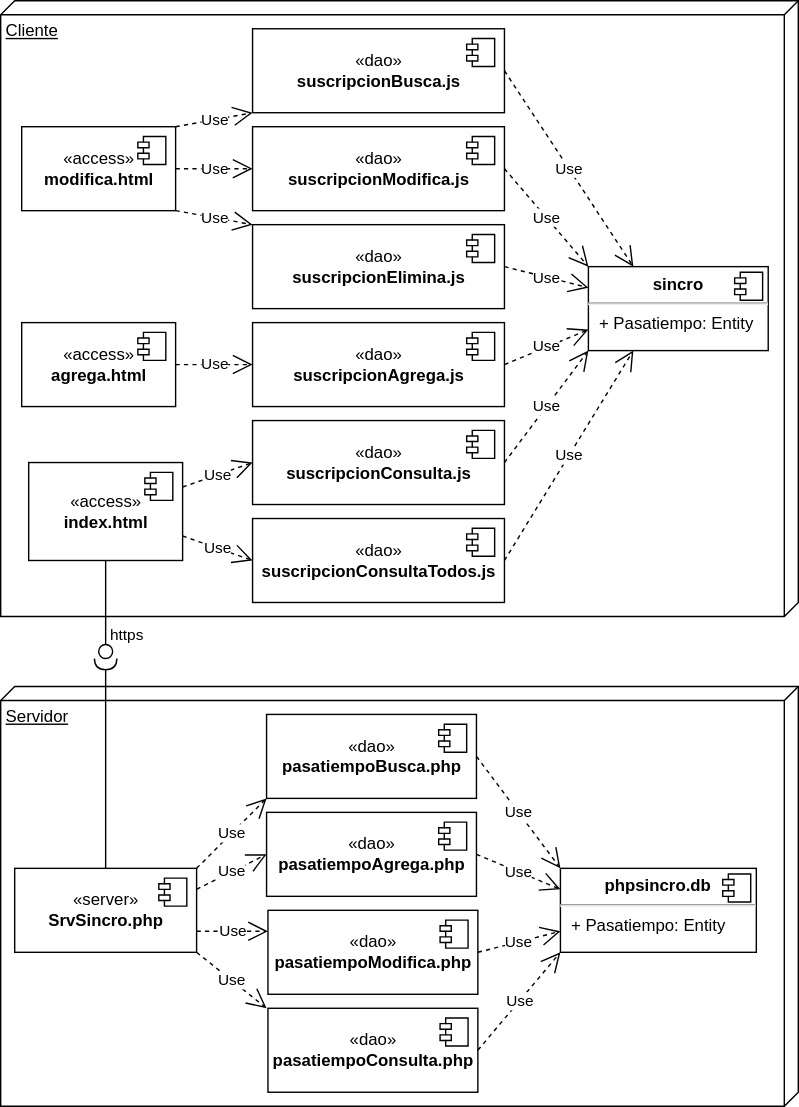
gilpgdm/gilpgdm.github.io keeps this draw.io diagram as img/m11sincro/sincrodistribucion.drawio.svg. Above is the earlier version. Source tidied: cells renumbered, new cells last; positions are measured from the earlier drawing's top-left corner, leaving out a move shared by most shapes.
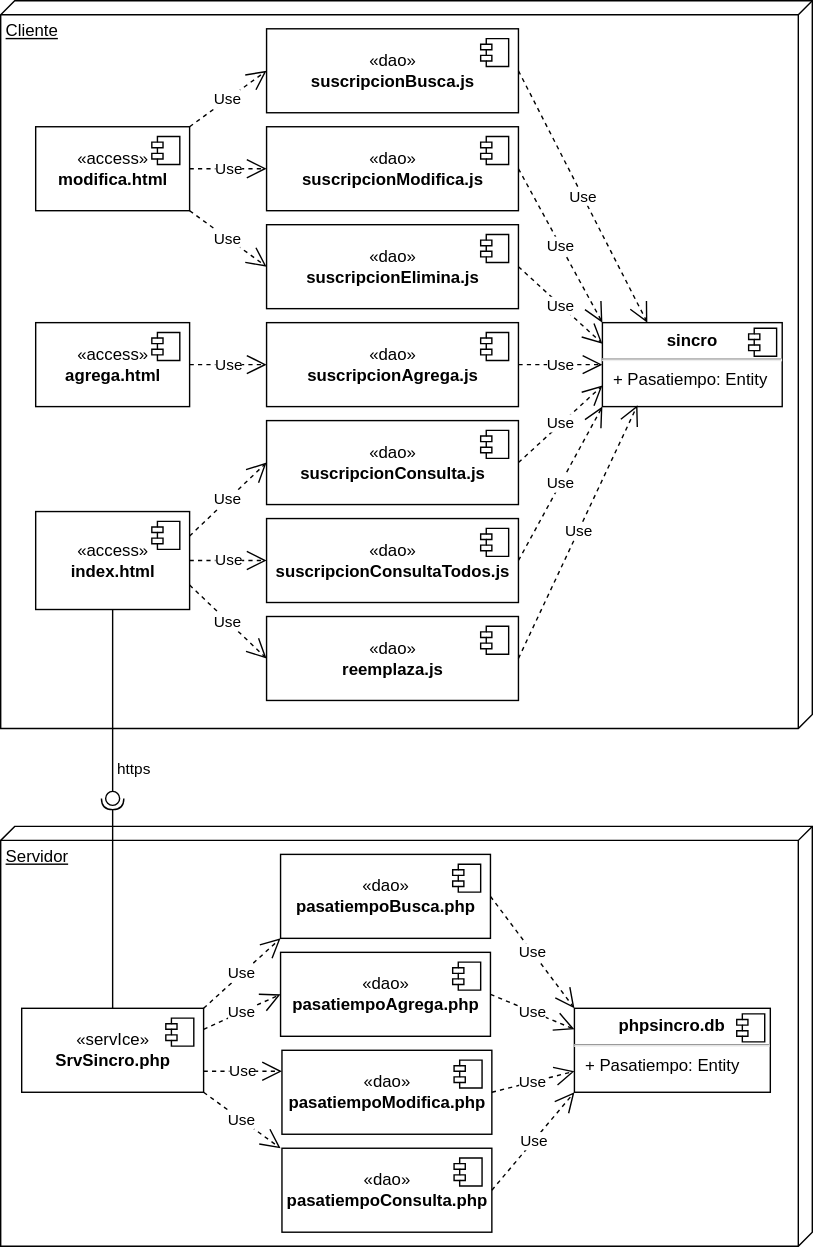
Later version of the same file.

Change to the diagram source:
```diff
@@ -3,10 +3,10 @@
     <mxCell id="0" />
     <mxCell id="1" parent="0" />
     <mxCell id="2" value="Cliente" style="verticalAlign=top;align=left;spacingTop=8;spacingLeft=2;spacingRight=12;shape=cube;size=10;direction=south;fontStyle=4;html=1;" parent="1" vertex="1">
-      <mxGeometry width="570" height="440" as="geometry" />
+      <mxGeometry x="-10" width="580" height="520" as="geometry" />
     </mxCell>
     <mxCell id="3" value="«access»&lt;br&gt;&lt;b&gt;index.html&lt;/b&gt;" style="html=1;" parent="1" vertex="1">
-      <mxGeometry x="20" y="330" width="110" height="70" as="geometry" />
+      <mxGeometry x="15" y="365" width="110" height="70" as="geometry" />
     </mxCell>
     <mxCell id="4" style="shape=module;jettyWidth=8;jettyHeight=4;" parent="3" vertex="1">
       <mxGeometry x="1" width="20" height="20" relative="1" as="geometry">
@@ -41,12 +41,12 @@
       <mxGeometry x="0.75" y="15" relative="1" as="geometry" />
     </mxCell>
     <mxCell id="12" style="ellipse;whiteSpace=wrap;html=1;align=center;points=[];outlineConnect=0;sketch=0;" parent="1" vertex="1">
-      <mxGeometry x="70" y="460" width="10" height="10" as="geometry" />
+      <mxGeometry x="65" y="565" width="10" height="10" as="geometry" />
     </mxCell>
     <mxCell id="13" value="Use" style="endArrow=open;endSize=12;dashed=1;html=1;rounded=0;entryX=0;entryY=0.5;entryDx=0;entryDy=0;exitX=1;exitY=0.5;exitDx=0;exitDy=0;" parent="1" edge="1" source="51" target="21">
       <mxGeometry relative="1" as="geometry" />
     </mxCell>
-    <mxCell id="14" value="Use" style="endArrow=open;endSize=12;dashed=1;html=1;rounded=0;entryX=0;entryY=0;entryDx=0;entryDy=0;exitX=1;exitY=1;exitDx=0;exitDy=0;" parent="1" edge="1" source="53" target="7">
+    <mxCell id="14" value="Use" style="endArrow=open;endSize=12;dashed=1;html=1;rounded=0;entryX=0;entryY=0.5;entryDx=0;entryDy=0;exitX=1;exitY=1;exitDx=0;exitDy=0;" parent="1" edge="1" source="53" target="7">
       <mxGeometry relative="1" as="geometry" />
     </mxCell>
     <mxCell id="15" value="Use" style="endArrow=open;endSize=12;dashed=1;html=1;rounded=0;entryX=0;entryY=0.5;entryDx=0;entryDy=0;exitX=1;exitY=0.25;exitDx=0;exitDy=0;" parent="1" edge="1" source="3" target="9">
@@ -58,11 +58,11 @@
     <mxCell id="17" value="Use" style="endArrow=open;endSize=12;dashed=1;html=1;rounded=0;entryX=0;entryY=0.25;entryDx=0;entryDy=0;exitX=1;exitY=0.5;exitDx=0;exitDy=0;" parent="1" edge="1" source="7" target="19">
       <mxGeometry relative="1" as="geometry" />
     </mxCell>
-    <mxCell id="18" value="Use" style="endArrow=open;endSize=12;dashed=1;html=1;rounded=0;entryX=0;entryY=1;entryDx=0;entryDy=0;exitX=1;exitY=0.5;exitDx=0;exitDy=0;" parent="1" edge="1" source="9" target="19">
+    <mxCell id="18" value="Use" style="endArrow=open;endSize=12;dashed=1;html=1;rounded=0;entryX=0;entryY=0.75;entryDx=0;entryDy=0;exitX=1;exitY=0.5;exitDx=0;exitDy=0;" parent="1" edge="1" source="9" target="19">
       <mxGeometry relative="1" as="geometry" />
     </mxCell>
     <mxCell id="19" value="&lt;p style=&quot;margin:0px;margin-top:6px;text-align:center;&quot;&gt;&lt;b&gt;sincro&lt;/b&gt;&lt;/p&gt;&lt;hr&gt;&lt;p style=&quot;margin:0px;margin-left:8px;&quot;&gt;+ Pasatiempo: Entity&lt;/p&gt;" style="align=left;overflow=fill;html=1;" parent="1" vertex="1">
-      <mxGeometry x="420" y="190" width="128.5" height="60" as="geometry" />
+      <mxGeometry x="420" y="230" width="128.5" height="60" as="geometry" />
     </mxCell>
     <mxCell id="20" style="shape=component;jettyWidth=8;jettyHeight=4;" parent="19" vertex="1">
       <mxGeometry x="1" width="20" height="20" relative="1" as="geometry">
@@ -85,23 +85,23 @@
         <mxPoint x="-27" y="7" as="offset" />
       </mxGeometry>
     </mxCell>
-    <mxCell id="25" value="Use" style="endArrow=open;endSize=12;dashed=1;html=1;rounded=0;exitX=1;exitY=0.5;exitDx=0;exitDy=0;entryX=0;entryY=0.75;entryDx=0;entryDy=0;" parent="1" edge="1" source="21" target="19">
+    <mxCell id="25" value="Use" style="endArrow=open;endSize=12;dashed=1;html=1;rounded=0;exitX=1;exitY=0.5;exitDx=0;exitDy=0;entryX=0;entryY=0.5;entryDx=0;entryDy=0;" parent="1" edge="1" source="21" target="19">
       <mxGeometry relative="1" as="geometry" />
     </mxCell>
     <mxCell id="26" value="Use" style="endArrow=open;endSize=12;dashed=1;html=1;rounded=0;exitX=1;exitY=0.5;exitDx=0;exitDy=0;entryX=0.25;entryY=0;entryDx=0;entryDy=0;" parent="1" edge="1" source="23" target="19">
       <mxGeometry relative="1" as="geometry" />
     </mxCell>
-    <mxCell id="27" value="Use" style="endArrow=open;endSize=12;dashed=1;html=1;rounded=0;entryX=0;entryY=1;entryDx=0;entryDy=0;exitX=1;exitY=0;exitDx=0;exitDy=0;" parent="1" edge="1" source="53" target="23">
+    <mxCell id="27" value="Use" style="endArrow=open;endSize=12;dashed=1;html=1;rounded=0;entryX=0;entryY=0.5;entryDx=0;entryDy=0;exitX=1;exitY=0;exitDx=0;exitDy=0;" parent="1" edge="1" source="53" target="23">
       <mxGeometry relative="1" as="geometry" />
     </mxCell>
     <mxCell id="28" value="Use" style="endArrow=open;endSize=12;dashed=1;html=1;rounded=0;entryX=0;entryY=0.5;entryDx=0;entryDy=0;exitX=1;exitY=0.5;exitDx=0;exitDy=0;" parent="1" edge="1" source="53" target="5">
       <mxGeometry relative="1" as="geometry" />
     </mxCell>
     <mxCell id="29" value="Servidor" style="verticalAlign=top;align=left;spacingTop=8;spacingLeft=2;spacingRight=12;shape=cube;size=10;direction=south;fontStyle=4;html=1;" parent="1" vertex="1">
-      <mxGeometry y="490" width="570" height="300" as="geometry" />
+      <mxGeometry x="-10" y="590" width="580" height="300" as="geometry" />
     </mxCell>
-    <mxCell id="30" value="«server»&lt;br&gt;&lt;b&gt;SrvSincro.php&lt;/b&gt;" style="html=1;" parent="1" vertex="1">
-      <mxGeometry x="10" y="620" width="130" height="60" as="geometry" />
+    <mxCell id="30" value="«servIce»&lt;br&gt;&lt;b&gt;SrvSincro.php&lt;/b&gt;" style="html=1;" parent="1" vertex="1">
+      <mxGeometry x="5" y="720" width="130" height="60" as="geometry" />
     </mxCell>
     <mxCell id="31" style="shape=module;jettyWidth=8;jettyHeight=4;" parent="30" vertex="1">
       <mxGeometry x="1" width="20" height="20" relative="1" as="geometry">
@@ -109,7 +109,7 @@
       </mxGeometry>
     </mxCell>
     <mxCell id="32" value="«dao»&lt;br&gt;&lt;b&gt;pasatiempoModifica.php&lt;/b&gt;" style="html=1;" parent="1" vertex="1">
-      <mxGeometry x="191" y="650" width="150" height="60" as="geometry" />
+      <mxGeometry x="191" y="750" width="150" height="60" as="geometry" />
     </mxCell>
     <mxCell id="33" style="shape=module;jettyWidth=8;jettyHeight=4;" parent="32" vertex="1">
       <mxGeometry x="1" width="20" height="20" relative="1" as="geometry">
@@ -117,24 +117,22 @@
       </mxGeometry>
     </mxCell>
     <mxCell id="34" value="«dao»&lt;br&gt;&lt;b&gt;pasatiempoConsulta.php&lt;/b&gt;" style="html=1;" parent="1" vertex="1">
-      <mxGeometry x="191" y="720" width="150" height="60" as="geometry" />
+      <mxGeometry x="191" y="820" width="150" height="60" as="geometry" />
     </mxCell>
     <mxCell id="35" style="shape=module;jettyWidth=8;jettyHeight=4;" parent="34" vertex="1">
       <mxGeometry x="1" width="20" height="20" relative="1" as="geometry">
         <mxPoint x="-27" y="7" as="offset" />
       </mxGeometry>
     </mxCell>
-    <mxCell id="36" style="rounded=0;jettySize=auto;html=1;endArrow=halfCircle;endFill=0;endSize=6;strokeWidth=1;sketch=0;exitX=0.5;exitY=0;exitDx=0;exitDy=0;" parent="1" edge="1" source="30">
-      <mxGeometry relative="1" as="geometry">
-        <mxPoint x="75" y="470" as="targetPoint" />
-      </mxGeometry>
+    <mxCell id="36" style="rounded=0;jettySize=auto;html=1;endArrow=halfCircle;endFill=0;endSize=6;strokeWidth=1;sketch=0;exitX=0.5;exitY=0;exitDx=0;exitDy=0;entryX=0.5;entryY=0.5;entryDx=0;entryDy=0;entryPerimeter=0;" parent="1" edge="1" source="30" target="12">
+      <mxGeometry relative="1" as="geometry" />
     </mxCell>
     <mxCell id="37" value="Use" style="endArrow=open;endSize=12;dashed=1;html=1;rounded=0;entryX=0;entryY=0.5;entryDx=0;entryDy=0;exitX=1;exitY=0.25;exitDx=0;exitDy=0;" parent="1" edge="1" source="30" target="43">
       <mxGeometry relative="1" as="geometry" />
     </mxCell>
     <mxCell id="38" value="Use" style="endArrow=open;endSize=12;dashed=1;html=1;rounded=0;entryX=0;entryY=0;entryDx=0;entryDy=0;exitX=1;exitY=1;exitDx=0;exitDy=0;" parent="1" edge="1" source="30">
       <mxGeometry relative="1" as="geometry">
-        <mxPoint x="190" y="720" as="targetPoint" />
+        <mxPoint x="190" y="820" as="targetPoint" />
       </mxGeometry>
     </mxCell>
     <mxCell id="39" value="Use" style="endArrow=open;endSize=12;dashed=1;html=1;rounded=0;exitX=1;exitY=0.5;exitDx=0;exitDy=0;entryX=0;entryY=0.75;entryDx=0;entryDy=0;" parent="1" edge="1" source="32" target="41">
@@ -144,7 +142,7 @@
       <mxGeometry relative="1" as="geometry" />
     </mxCell>
     <mxCell id="41" value="&lt;p style=&quot;margin:0px;margin-top:6px;text-align:center;&quot;&gt;&lt;b&gt;phpsincro.db&lt;/b&gt;&lt;/p&gt;&lt;hr&gt;&lt;p style=&quot;margin:0px;margin-left:8px;&quot;&gt;+ Pasatiempo: Entity&lt;/p&gt;" style="align=left;overflow=fill;html=1;" parent="1" vertex="1">
-      <mxGeometry x="400" y="620" width="140" height="60" as="geometry" />
+      <mxGeometry x="400" y="720" width="140" height="60" as="geometry" />
     </mxCell>
     <mxCell id="42" style="shape=component;jettyWidth=8;jettyHeight=4;" parent="41" vertex="1">
       <mxGeometry x="1" width="20" height="20" relative="1" as="geometry">
@@ -152,7 +150,7 @@
       </mxGeometry>
     </mxCell>
     <mxCell id="43" value="«dao»&lt;br&gt;&lt;b&gt;pasatiempoAgrega.php&lt;/b&gt;" style="html=1;" parent="1" vertex="1">
-      <mxGeometry x="190" y="580" width="150" height="60" as="geometry" />
+      <mxGeometry x="190" y="680" width="150" height="60" as="geometry" />
     </mxCell>
     <mxCell id="44" style="shape=module;jettyWidth=8;jettyHeight=4;" parent="43" vertex="1">
       <mxGeometry x="1" width="20" height="20" relative="1" as="geometry">
@@ -160,7 +158,7 @@
       </mxGeometry>
     </mxCell>
     <mxCell id="45" value="«dao»&lt;br&gt;&lt;b&gt;pasatiempoBusca.php&lt;/b&gt;" style="html=1;" parent="1" vertex="1">
-      <mxGeometry x="190" y="510" width="150" height="60" as="geometry" />
+      <mxGeometry x="190" y="610" width="150" height="60" as="geometry" />
     </mxCell>
     <mxCell id="46" style="shape=module;jettyWidth=8;jettyHeight=4;" parent="45" vertex="1">
       <mxGeometry x="1" width="20" height="20" relative="1" as="geometry">
@@ -203,11 +201,25 @@
         <mxPoint x="-27" y="7" as="offset" />
       </mxGeometry>
     </mxCell>
-    <mxCell id="57" value="Use" style="endArrow=open;endSize=12;dashed=1;html=1;rounded=0;entryX=0.25;entryY=1;entryDx=0;entryDy=0;exitX=1;exitY=0.5;exitDx=0;exitDy=0;" parent="1" edge="1" source="55" target="19">
+    <mxCell id="57" value="Use" style="endArrow=open;endSize=12;dashed=1;html=1;rounded=0;entryX=0;entryY=1;entryDx=0;entryDy=0;exitX=1;exitY=0.5;exitDx=0;exitDy=0;" parent="1" edge="1" source="55" target="19">
       <mxGeometry relative="1" as="geometry" />
     </mxCell>
-    <mxCell id="58" value="Use" style="endArrow=open;endSize=12;dashed=1;html=1;rounded=0;entryX=0;entryY=0.5;entryDx=0;entryDy=0;exitX=1;exitY=0.75;exitDx=0;exitDy=0;" parent="1" edge="1" source="3" target="55">
+    <mxCell id="58" value="Use" style="endArrow=open;endSize=12;dashed=1;html=1;rounded=0;entryX=0;entryY=0.5;entryDx=0;entryDy=0;exitX=1;exitY=0.5;exitDx=0;exitDy=0;" parent="1" edge="1" source="3" target="55">
       <mxGeometry relative="1" as="geometry" />
     </mxCell>
+    <mxCell id="59" value="«dao»&lt;br&gt;&lt;b&gt;reemplaza.js&lt;/b&gt;" style="html=1;" parent="1" vertex="1">
+      <mxGeometry x="180" y="440" width="180" height="60" as="geometry" />
+    </mxCell>
+    <mxCell id="60" style="shape=module;jettyWidth=8;jettyHeight=4;" parent="59" vertex="1">
+      <mxGeometry x="1" width="20" height="20" relative="1" as="geometry">
+        <mxPoint x="-27" y="7" as="offset" />
+      </mxGeometry>
+    </mxCell>
+    <mxCell id="61" value="Use" style="endArrow=open;endSize=12;dashed=1;html=1;rounded=0;entryX=0;entryY=0.5;entryDx=0;entryDy=0;exitX=1;exitY=0.75;exitDx=0;exitDy=0;" parent="1" edge="1" source="3" target="59">
+      <mxGeometry relative="1" as="geometry" />
+    </mxCell>
+    <mxCell id="62" value="Use" style="endArrow=open;endSize=12;dashed=1;html=1;rounded=0;entryX=0.195;entryY=0.983;entryDx=0;entryDy=0;exitX=1;exitY=0.5;exitDx=0;exitDy=0;entryPerimeter=0;" parent="1" edge="1" source="59" target="19">
+      <mxGeometry relative="1" as="geometry" />
+    </mxCell>
   </root>
 </mxGraphModel>
```
